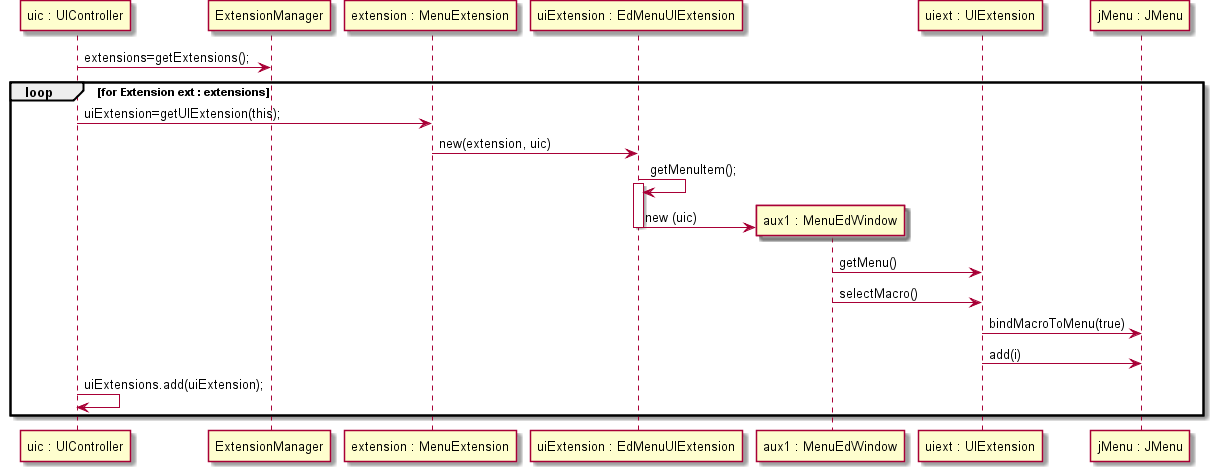
Earlier version of the PlantUML export src/csheets/userstories/us059/doc-files/us059_design1.png (BeatrizSeabra/Project_Excel_Java). The source it was exported from:
```plantuml
@startuml doc-files/us059_design1.png
 participant "uic : UIController" as UIC
 participant ExtensionManager as ExtM
 participant "extension : MenuExtension" as EM
 participant "uiExtension : EdMenuUIExtension" as UIEd
 participant "aux1 : MenuEdWindow" as MEW
 participant "uiext : UIExtension" as uext
 participant "jMenu : JMenu" as jm
 UIC -> ExtM : extensions=getExtensions();
  loop for Extension ext : extensions
 	UIC -> EM : uiExtension=getUIExtension(this);
 	EM -> UIEd : new(extension, uic)
 	UIEd -> UIEd : getMenuItem();
        activate UIEd
 	create MEW
 	UIEd -> MEW :  new (uic)
        deactivate UIEd
  	MEW -> uext : getMenu()
  	MEW -> uext : selectMacro()
  	uext -> jm : bindMacroToMenu(true)
        uext -> jm : add(i)
 	UIC -> UIC : uiExtensions.add(uiExtension);
 end
  @enduml
```
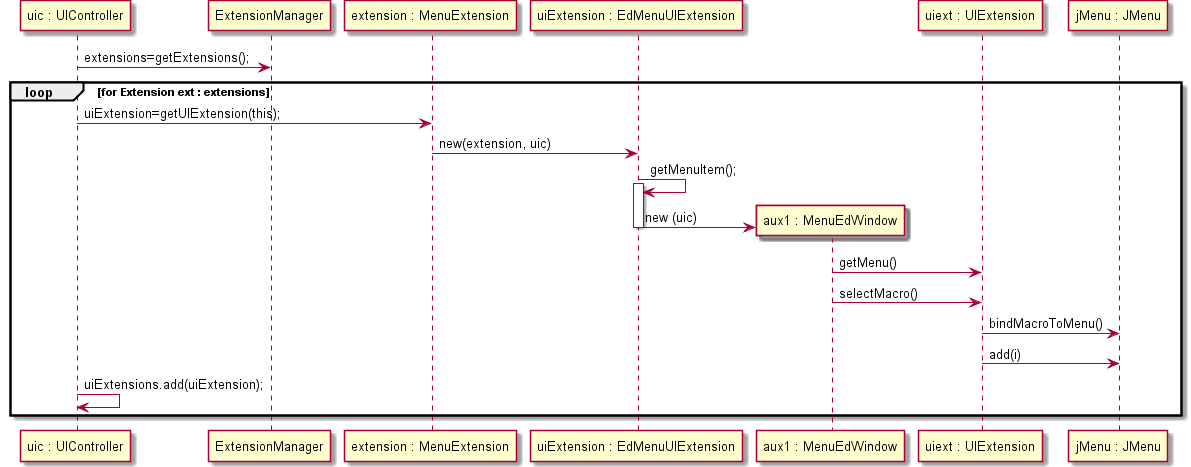
After the change.

Change to the diagram source:
```diff
@@ -17,7 +17,7 @@
         deactivate UIEd
   	MEW -> uext : getMenu()
   	MEW -> uext : selectMacro()
-  	uext -> jm : bindMacroToMenu(true)
+  	uext -> jm : bindMacroToMenu()
         uext -> jm : add(i)
  	UIC -> UIC : uiExtensions.add(uiExtension);
  end
```
